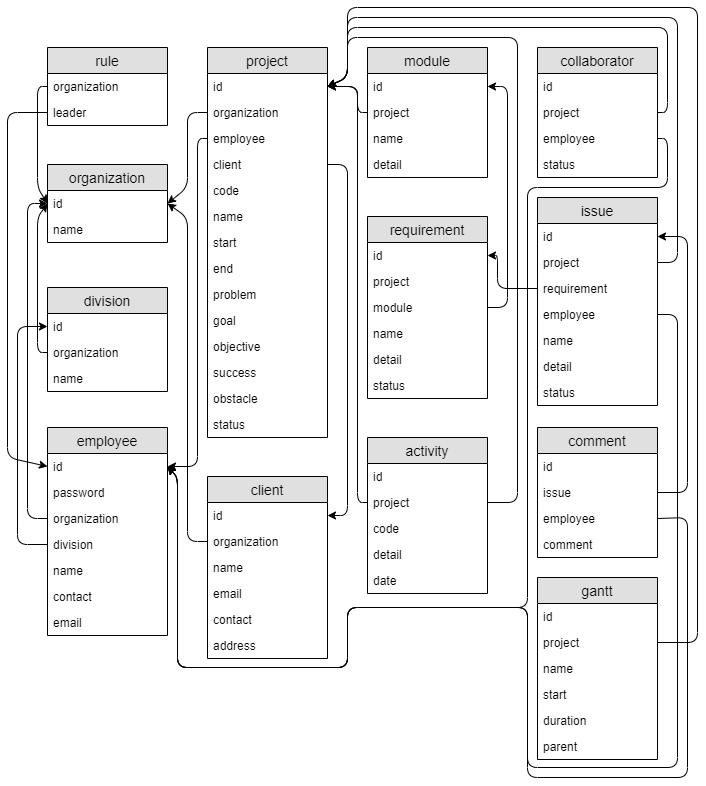
Before: data.png, a diagram exported from draw.io (filkom-ub-skripsi/Collaborative-Project-Management). Source tidied: cells renumbered, new cells last; positions are measured from the earlier drawing's top-left corner, leaving out a move shared by most shapes.
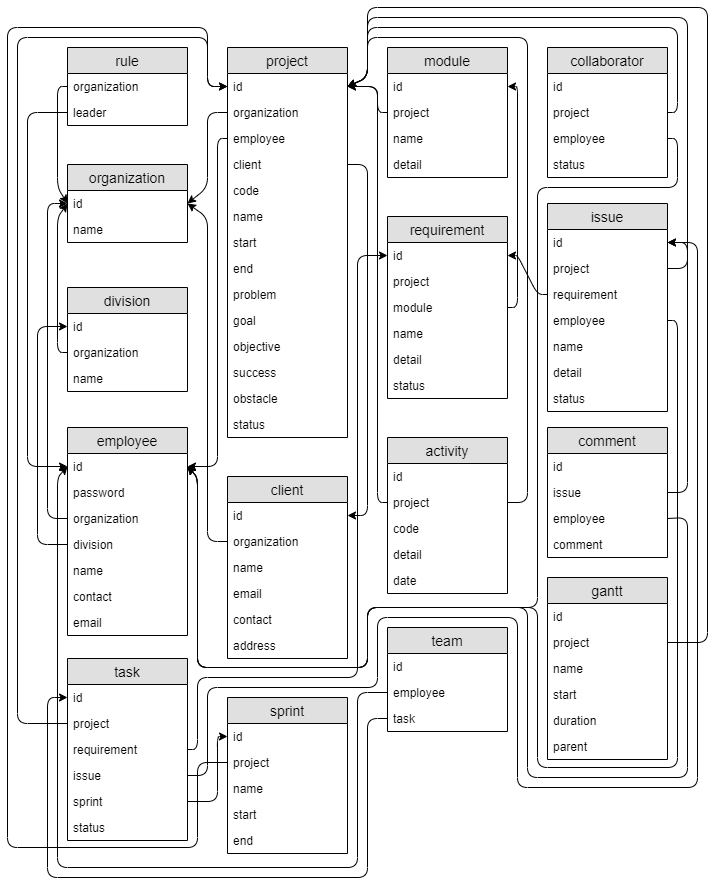
After the commit.

Commit message:
struktur data scrum

What changed in the source:
```diff
@@ -92,7 +92,7 @@
       <mxGeometry relative="1" as="geometry">
         <Array as="points">
           <mxPoint y="105" />
-          <mxPoint y="450" />
+          <mxPoint y="459" />
         </Array>
       </mxGeometry>
     </mxCell>
@@ -233,8 +233,8 @@
     <mxCell id="63" style="endArrow=classic;html=1;entryX=1;entryY=0.5;entryDx=0;entryDy=0;exitX=1;exitY=0.5;exitDx=0;exitDy=0;" parent="1" edge="1" source="59" target="49">
       <mxGeometry relative="1" as="geometry">
         <Array as="points">
-          <mxPoint x="500" y="300" />
-          <mxPoint x="500" y="79" />
+          <mxPoint x="490" y="300" />
+          <mxPoint x="490" y="79" />
         </Array>
       </mxGeometry>
     </mxCell>
@@ -267,15 +267,15 @@
     <mxCell id="71" style="endArrow=classic;html=1;entryX=1;entryY=0.5;entryDx=0;entryDy=0;exitX=1;exitY=0.5;exitDx=0;exitDy=0;" parent="1" edge="1" source="67" target="33">
       <mxGeometry relative="1" as="geometry">
         <Array as="points">
-          <mxPoint x="510" y="495" />
-          <mxPoint x="510" y="30" />
+          <mxPoint x="500" y="495" />
+          <mxPoint x="500" y="30" />
           <mxPoint x="340" y="30" />
           <mxPoint x="340" y="70" />
         </Array>
       </mxGeometry>
     </mxCell>
     <mxCell id="72" value="collaborator" style="swimlane;fontStyle=0;horizontal=1;startSize=26;fillColor=#e0e0e0;swimlaneFillColor=#ffffff;align=center;fontSize=14;" parent="1" vertex="1">
-      <mxGeometry x="530" y="40" width="120" height="130" as="geometry" />
+      <mxGeometry x="520" y="40" width="120" height="130" as="geometry" />
     </mxCell>
     <mxCell id="73" value="id" style="text;strokeColor=none;fillColor=none;spacingLeft=4;spacingRight=4;overflow=hidden;fontSize=12;" parent="72" vertex="1">
       <mxGeometry y="26" width="120" height="26" as="geometry" />
@@ -292,8 +292,8 @@
     <mxCell id="77" style="endArrow=classic;html=1;exitX=1;exitY=0.5;exitDx=0;exitDy=0;entryX=1;entryY=0.5;entryDx=0;entryDy=0;" parent="1" edge="1" source="74" target="33">
       <mxGeometry relative="1" as="geometry">
         <Array as="points">
-          <mxPoint x="660" y="105" />
-          <mxPoint x="660" y="20" />
+          <mxPoint x="650" y="105" />
+          <mxPoint x="650" y="20" />
           <mxPoint x="340" y="20" />
           <mxPoint x="340" y="70" />
         </Array>
@@ -302,10 +302,10 @@
     <mxCell id="78" style="endArrow=classic;html=1;exitX=1;exitY=0.5;exitDx=0;exitDy=0;entryX=1;entryY=0.5;entryDx=0;entryDy=0;" parent="1" edge="1" source="75" target="10">
       <mxGeometry relative="1" as="geometry">
         <Array as="points">
-          <mxPoint x="660" y="131" />
-          <mxPoint x="660" y="180" />
-          <mxPoint x="520" y="180" />
-          <mxPoint x="520" y="600" />
+          <mxPoint x="650" y="131" />
+          <mxPoint x="650" y="180" />
+          <mxPoint x="510" y="180" />
+          <mxPoint x="510" y="600" />
           <mxPoint x="340" y="600" />
           <mxPoint x="340" y="660" />
           <mxPoint x="170" y="660" />
@@ -314,7 +314,7 @@
       </mxGeometry>
     </mxCell>
     <mxCell id="79" value="issue" style="swimlane;fontStyle=0;horizontal=1;startSize=26;fillColor=#e0e0e0;swimlaneFillColor=#ffffff;align=center;fontSize=14;" parent="1" vertex="1">
-      <mxGeometry x="530" y="190" width="120" height="208" as="geometry" />
+      <mxGeometry x="520" y="196" width="120" height="208" as="geometry" />
     </mxCell>
     <mxCell id="80" value="id" style="text;strokeColor=none;fillColor=none;spacingLeft=4;spacingRight=4;overflow=hidden;points=[[0,0.5],[1,0.5]];portConstraint=eastwest;fontSize=12;" parent="79" vertex="1">
       <mxGeometry y="26" width="120" height="26" as="geometry" />
@@ -340,8 +340,8 @@
     <mxCell id="87" style="endArrow=classic;html=1;exitX=1;exitY=0.5;exitDx=0;exitDy=0;entryX=1;entryY=0.5;entryDx=0;entryDy=0;" parent="1" edge="1" source="81" target="33">
       <mxGeometry relative="1" as="geometry">
         <Array as="points">
-          <mxPoint x="670" y="255" />
-          <mxPoint x="670" y="10" />
+          <mxPoint x="660" y="261" />
+          <mxPoint x="660" y="10" />
           <mxPoint x="340" y="10" />
           <mxPoint x="340" y="70" />
         </Array>
@@ -350,10 +350,10 @@
     <mxCell id="88" style="endArrow=classic;html=1;exitX=1;exitY=0.5;exitDx=0;exitDy=0;entryX=1;entryY=0.5;entryDx=0;entryDy=0;" parent="1" edge="1" source="83" target="10">
       <mxGeometry relative="1" as="geometry">
         <Array as="points">
-          <mxPoint x="670" y="307" />
-          <mxPoint x="670" y="760" />
-          <mxPoint x="520" y="760" />
-          <mxPoint x="520" y="600" />
+          <mxPoint x="650" y="313" />
+          <mxPoint x="650" y="760" />
+          <mxPoint x="510" y="760" />
+          <mxPoint x="510" y="600" />
           <mxPoint x="340" y="600" />
           <mxPoint x="340" y="660" />
           <mxPoint x="170" y="660" />
@@ -370,7 +370,7 @@
       </mxGeometry>
     </mxCell>
     <mxCell id="90" value="comment" style="swimlane;fontStyle=0;horizontal=1;startSize=26;fillColor=#e0e0e0;swimlaneFillColor=#ffffff;align=center;fontSize=14;" parent="1" vertex="1">
-      <mxGeometry x="530" y="420" width="120" height="130" as="geometry" />
+      <mxGeometry x="520" y="420" width="120" height="130" as="geometry" />
     </mxCell>
     <mxCell id="91" value="id" style="text;strokeColor=none;fillColor=none;spacingLeft=4;spacingRight=4;overflow=hidden;fontSize=12;" parent="90" vertex="1">
       <mxGeometry y="26" width="120" height="26" as="geometry" />
@@ -387,18 +387,18 @@
     <mxCell id="95" style="endArrow=classic;html=1;entryX=1;entryY=0.5;entryDx=0;entryDy=0;exitX=1;exitY=0.5;exitDx=0;exitDy=0;" parent="1" edge="1" source="92" target="80">
       <mxGeometry relative="1" as="geometry">
         <Array as="points">
-          <mxPoint x="680" y="485" />
-          <mxPoint x="680" y="229" />
+          <mxPoint x="660" y="485" />
+          <mxPoint x="660" y="235" />
         </Array>
       </mxGeometry>
     </mxCell>
     <mxCell id="96" style="endArrow=classic;html=1;entryX=1;entryY=0.5;entryDx=0;entryDy=0;exitX=1;exitY=0.5;exitDx=0;exitDy=0;" parent="1" edge="1" source="93" target="10">
       <mxGeometry relative="1" as="geometry">
         <Array as="points">
-          <mxPoint x="680" y="510" />
-          <mxPoint x="680" y="770" />
-          <mxPoint x="520" y="770" />
-          <mxPoint x="520" y="600" />
+          <mxPoint x="660" y="510" />
+          <mxPoint x="660" y="770" />
+          <mxPoint x="500" y="770" />
+          <mxPoint x="500" y="600" />
           <mxPoint x="340" y="600" />
           <mxPoint x="340" y="660" />
           <mxPoint x="170" y="660" />
@@ -407,7 +407,7 @@
       </mxGeometry>
     </mxCell>
     <mxCell id="97" value="gantt" style="swimlane;fontStyle=0;horizontal=1;startSize=26;fillColor=#e0e0e0;swimlaneFillColor=#ffffff;align=center;fontSize=14;" parent="1" vertex="1">
-      <mxGeometry x="530" y="570" width="120" height="182" as="geometry" />
+      <mxGeometry x="520" y="570" width="120" height="182" as="geometry" />
     </mxCell>
     <mxCell id="98" value="id" style="text;strokeColor=none;fillColor=none;spacingLeft=4;spacingRight=4;overflow=hidden;fontSize=12;" parent="97" vertex="1">
       <mxGeometry y="26" width="120" height="26" as="geometry" />
@@ -431,8 +431,8 @@
       <mxGeometry relative="1" as="geometry">
         <mxPoint x="320" y="79" as="targetPoint" />
         <Array as="points">
-          <mxPoint x="690" y="635" />
-          <mxPoint x="690" />
+          <mxPoint x="680" y="635" />
+          <mxPoint x="680" />
           <mxPoint x="340" />
           <mxPoint x="340" y="70" />
         </Array>
@@ -441,10 +441,135 @@
     <mxCell id="105" style="endArrow=classic;html=1;exitX=0;exitY=0.5;exitDx=0;exitDy=0;entryX=1;entryY=0.5;entryDx=0;entryDy=0;" parent="1" edge="1" source="82" target="57">
       <mxGeometry relative="1" as="geometry">
         <Array as="points">
-          <mxPoint x="490" y="281" />
+          <mxPoint x="510" y="287" />
           <mxPoint x="490" y="248" />
         </Array>
       </mxGeometry>
     </mxCell>
+    <mxCell id="106" value="task" style="swimlane;fontStyle=0;horizontal=1;startSize=26;fillColor=#e0e0e0;swimlaneFillColor=#ffffff;align=center;fontSize=14;" parent="1" vertex="1">
+      <mxGeometry x="40" y="651" width="120" height="182" as="geometry" />
+    </mxCell>
+    <mxCell id="107" value="id" style="text;strokeColor=none;fillColor=none;spacingLeft=4;spacingRight=4;overflow=hidden;points=[[0,0.5],[1,0.5]];portConstraint=eastwest;fontSize=12;" parent="106" vertex="1">
+      <mxGeometry y="26" width="120" height="26" as="geometry" />
+    </mxCell>
+    <mxCell id="108" value="project" style="text;strokeColor=none;fillColor=none;spacingLeft=4;spacingRight=4;overflow=hidden;points=[[0,0.5],[1,0.5]];portConstraint=eastwest;fontSize=12;" parent="106" vertex="1">
+      <mxGeometry y="52" width="120" height="26" as="geometry" />
+    </mxCell>
+    <mxCell id="109" value="requirement" style="text;strokeColor=none;fillColor=none;spacingLeft=4;spacingRight=4;overflow=hidden;points=[[0,0.5],[1,0.5]];portConstraint=eastwest;fontSize=12;" parent="106" vertex="1">
+      <mxGeometry y="78" width="120" height="26" as="geometry" />
+    </mxCell>
+    <mxCell id="110" value="issue" style="text;strokeColor=none;fillColor=none;spacingLeft=4;spacingRight=4;overflow=hidden;points=[[0,0.5],[1,0.5]];portConstraint=eastwest;fontSize=12;" parent="106" vertex="1">
+      <mxGeometry y="104" width="120" height="26" as="geometry" />
+    </mxCell>
+    <mxCell id="111" value="sprint" style="text;strokeColor=none;fillColor=none;spacingLeft=4;spacingRight=4;overflow=hidden;points=[[0,0.5],[1,0.5]];portConstraint=eastwest;fontSize=12;" parent="106" vertex="1">
+      <mxGeometry y="130" width="120" height="26" as="geometry" />
+    </mxCell>
+    <mxCell id="112" value="status" style="text;strokeColor=none;fillColor=none;spacingLeft=4;spacingRight=4;overflow=hidden;fontSize=12;" parent="106" vertex="1">
+      <mxGeometry y="156" width="120" height="26" as="geometry" />
+    </mxCell>
+    <mxCell id="113" style="endArrow=classic;html=1;entryX=0;entryY=0.5;entryDx=0;entryDy=0;exitX=0;exitY=0.5;exitDx=0;exitDy=0;" parent="1" edge="1" source="108" target="33">
+      <mxGeometry relative="1" as="geometry">
+        <Array as="points">
+          <mxPoint x="-10" y="716" />
+          <mxPoint x="-10" y="30" />
+          <mxPoint x="180" y="30" />
+          <mxPoint x="180" y="79" />
+        </Array>
+      </mxGeometry>
+    </mxCell>
+    <mxCell id="114" style="endArrow=classic;html=1;entryX=0;entryY=0.5;entryDx=0;entryDy=0;exitX=1;exitY=0.5;exitDx=0;exitDy=0;" parent="1" edge="1" source="109" target="57">
+      <mxGeometry relative="1" as="geometry">
+        <Array as="points">
+          <mxPoint x="170" y="742" />
+          <mxPoint x="170" y="670" />
+          <mxPoint x="330" y="670" />
+          <mxPoint x="330" y="248" />
+        </Array>
+      </mxGeometry>
+    </mxCell>
+    <mxCell id="115" style="endArrow=classic;html=1;entryX=1;entryY=0.5;entryDx=0;entryDy=0;exitX=1;exitY=0.5;exitDx=0;exitDy=0;" parent="1" edge="1" source="110" target="80">
+      <mxGeometry relative="1" as="geometry">
+        <Array as="points">
+          <mxPoint x="180" y="768" />
+          <mxPoint x="180" y="680" />
+          <mxPoint x="350" y="680" />
+          <mxPoint x="350" y="610" />
+          <mxPoint x="490" y="610" />
+          <mxPoint x="490" y="780" />
+          <mxPoint x="670" y="780" />
+          <mxPoint x="670" y="235" />
+        </Array>
+      </mxGeometry>
+    </mxCell>
+    <mxCell id="116" value="sprint" style="swimlane;fontStyle=0;horizontal=1;startSize=26;fillColor=#e0e0e0;swimlaneFillColor=#ffffff;align=center;fontSize=14;" parent="1" vertex="1">
+      <mxGeometry x="200" y="690" width="120" height="156" as="geometry" />
+    </mxCell>
+    <mxCell id="117" value="id" style="text;strokeColor=none;fillColor=none;spacingLeft=4;spacingRight=4;overflow=hidden;points=[[0,0.5],[1,0.5]];portConstraint=eastwest;fontSize=12;" parent="116" vertex="1">
+      <mxGeometry y="26" width="120" height="26" as="geometry" />
+    </mxCell>
+    <mxCell id="118" value="project" style="text;strokeColor=none;fillColor=none;spacingLeft=4;spacingRight=4;overflow=hidden;points=[[0,0.5],[1,0.5]];portConstraint=eastwest;fontSize=12;" parent="116" vertex="1">
+      <mxGeometry y="52" width="120" height="26" as="geometry" />
+    </mxCell>
+    <mxCell id="119" value="name" style="text;strokeColor=none;fillColor=none;spacingLeft=4;spacingRight=4;overflow=hidden;fontSize=12;" parent="116" vertex="1">
+      <mxGeometry y="78" width="120" height="26" as="geometry" />
+    </mxCell>
+    <mxCell id="120" value="start" style="text;strokeColor=none;fillColor=none;spacingLeft=4;spacingRight=4;overflow=hidden;fontSize=12;" parent="116" vertex="1">
+      <mxGeometry y="104" width="120" height="26" as="geometry" />
+    </mxCell>
+    <mxCell id="121" value="end" style="text;strokeColor=none;fillColor=none;spacingLeft=4;spacingRight=4;overflow=hidden;fontSize=12;" parent="116" vertex="1">
+      <mxGeometry y="130" width="120" height="26" as="geometry" />
+    </mxCell>
+    <mxCell id="122" style="endArrow=classic;html=1;entryX=0;entryY=0.5;entryDx=0;entryDy=0;exitX=1;exitY=0.5;exitDx=0;exitDy=0;" parent="1" edge="1" source="111" target="117">
+      <mxGeometry relative="1" as="geometry">
+        <Array as="points">
+          <mxPoint x="190" y="794" />
+          <mxPoint x="190" y="729" />
+        </Array>
+      </mxGeometry>
+    </mxCell>
+    <mxCell id="123" value="team" style="swimlane;fontStyle=0;horizontal=1;startSize=26;fillColor=#e0e0e0;swimlaneFillColor=#ffffff;align=center;fontSize=14;" parent="1" vertex="1">
+      <mxGeometry x="360" y="620" width="120" height="104" as="geometry" />
+    </mxCell>
+    <mxCell id="124" value="id" style="text;strokeColor=none;fillColor=none;spacingLeft=4;spacingRight=4;overflow=hidden;fontSize=12;" parent="123" vertex="1">
+      <mxGeometry y="26" width="120" height="26" as="geometry" />
+    </mxCell>
+    <mxCell id="125" value="employee" style="text;strokeColor=none;fillColor=none;spacingLeft=4;spacingRight=4;overflow=hidden;points=[[0,0.5],[1,0.5]];portConstraint=eastwest;fontSize=12;" parent="123" vertex="1">
+      <mxGeometry y="52" width="120" height="26" as="geometry" />
+    </mxCell>
+    <mxCell id="126" value="task" style="text;strokeColor=none;fillColor=none;spacingLeft=4;spacingRight=4;overflow=hidden;points=[[0,0.5],[1,0.5]];portConstraint=eastwest;fontSize=12;" parent="123" vertex="1">
+      <mxGeometry y="78" width="120" height="26" as="geometry" />
+    </mxCell>
+    <mxCell id="127" style="endArrow=classic;html=1;exitX=0;exitY=0.5;exitDx=0;exitDy=0;entryX=0;entryY=0.5;entryDx=0;entryDy=0;" parent="1" edge="1" source="126" target="107">
+      <mxGeometry relative="1" as="geometry">
+        <Array as="points">
+          <mxPoint x="340" y="711" />
+          <mxPoint x="340" y="870" />
+          <mxPoint x="20" y="870" />
+          <mxPoint x="20" y="690" />
+        </Array>
+      </mxGeometry>
+    </mxCell>
+    <mxCell id="128" style="endArrow=classic;html=1;entryX=0;entryY=0.5;entryDx=0;entryDy=0;exitX=0;exitY=0.5;exitDx=0;exitDy=0;" parent="1" edge="1" source="125" target="10">
+      <mxGeometry relative="1" as="geometry">
+        <Array as="points">
+          <mxPoint x="330" y="685" />
+          <mxPoint x="330" y="860" />
+          <mxPoint x="30" y="860" />
+          <mxPoint x="30" y="470" />
+        </Array>
+      </mxGeometry>
+    </mxCell>
+    <mxCell id="129" style="endArrow=classic;html=1;exitX=0;exitY=0.5;exitDx=0;exitDy=0;entryX=0;entryY=0.5;entryDx=0;entryDy=0;" parent="1" edge="1" source="118" target="33">
+      <mxGeometry relative="1" as="geometry">
+        <Array as="points">
+          <mxPoint x="170" y="755" />
+          <mxPoint x="170" y="840" />
+          <mxPoint x="-20" y="840" />
+          <mxPoint x="-20" y="20" />
+          <mxPoint x="180" y="20" />
+          <mxPoint x="180" y="79" />
+        </Array>
+      </mxGeometry>
+    </mxCell>
   </root>
 </mxGraphModel>
```
